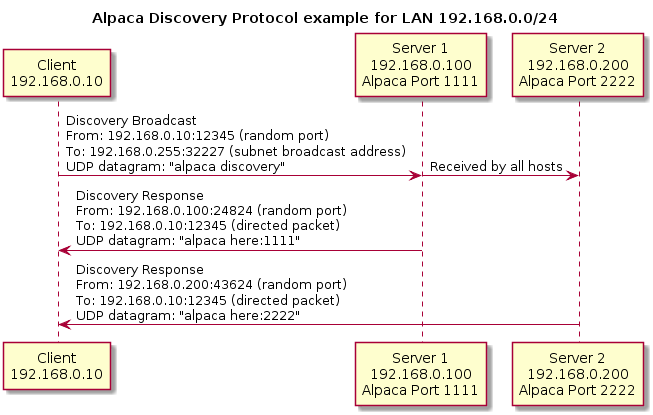
Before: Alpaca_Discovery_Flow.png, a diagram exported from PlantUML (DanielVanNoord/AlpacaDiscoveryTests). Source of this version:
```plantuml
@startuml
!pragma teoz true
title Alpaca Discovery Protocol example for LAN 192.168.0.0/24
participant "Client\n192.168.0.10" as Client
participant "Server 1\n192.168.0.100\nAlpaca Port 1111" as Server1
participant "Server 2\n192.168.0.200\nAlpaca Port 2222" as Server2

Client -> Server1 : Discovery Broadcast\nFrom: 192.168.0.10:12345 (random port)\nTo: 192.168.0.255:32227 (subnet broadcast address)\nUDP datagram: "alpaca discovery"
& Server1 -> Server2 : Received by all hosts

Server1 -> Client : Discovery Response\nFrom: 192.168.0.100:24824 (random port)\nTo: 192.168.0.10:12345 (directed packet)\nUDP datagram: "alpaca here:1111"
Server2 -> Client : Discovery Response\nFrom: 192.168.0.200:43624 (random port)\nTo: 192.168.0.10:12345 (directed packet)\nUDP datagram: "alpaca here:2222"
@enduml
```
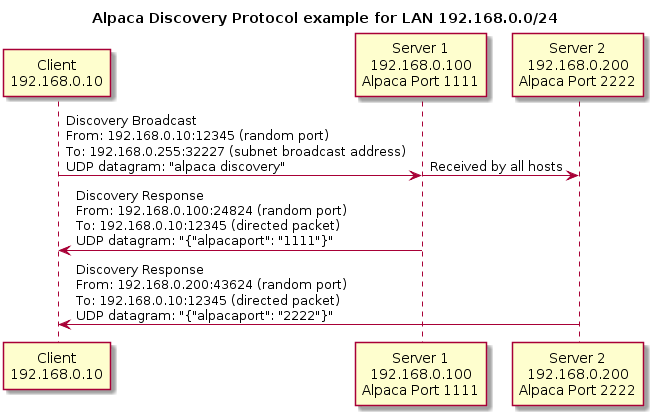
After the commit.

Commit message:
Updated png of flow with new json response

What changed in the source:
```diff
@@ -8,6 +8,6 @@
 Client -> Server1 : Discovery Broadcast\nFrom: 192.168.0.10:12345 (random port)\nTo: 192.168.0.255:32227 (subnet broadcast address)\nUDP datagram: "alpaca discovery"
 & Server1 -> Server2 : Received by all hosts
 
-Server1 -> Client : Discovery Response\nFrom: 192.168.0.100:24824 (random port)\nTo: 192.168.0.10:12345 (directed packet)\nUDP datagram: "alpaca here:1111"
-Server2 -> Client : Discovery Response\nFrom: 192.168.0.200:43624 (random port)\nTo: 192.168.0.10:12345 (directed packet)\nUDP datagram: "alpaca here:2222"
+Server1 -> Client : Discovery Response\nFrom: 192.168.0.100:24824 (random port)\nTo: 192.168.0.10:12345 (directed packet)\nUDP datagram: "{"alpacaport": "1111"}"
+Server2 -> Client : Discovery Response\nFrom: 192.168.0.200:43624 (random port)\nTo: 192.168.0.10:12345 (directed packet)\nUDP datagram: "{"alpacaport": "2222"}"
 @enduml
```
